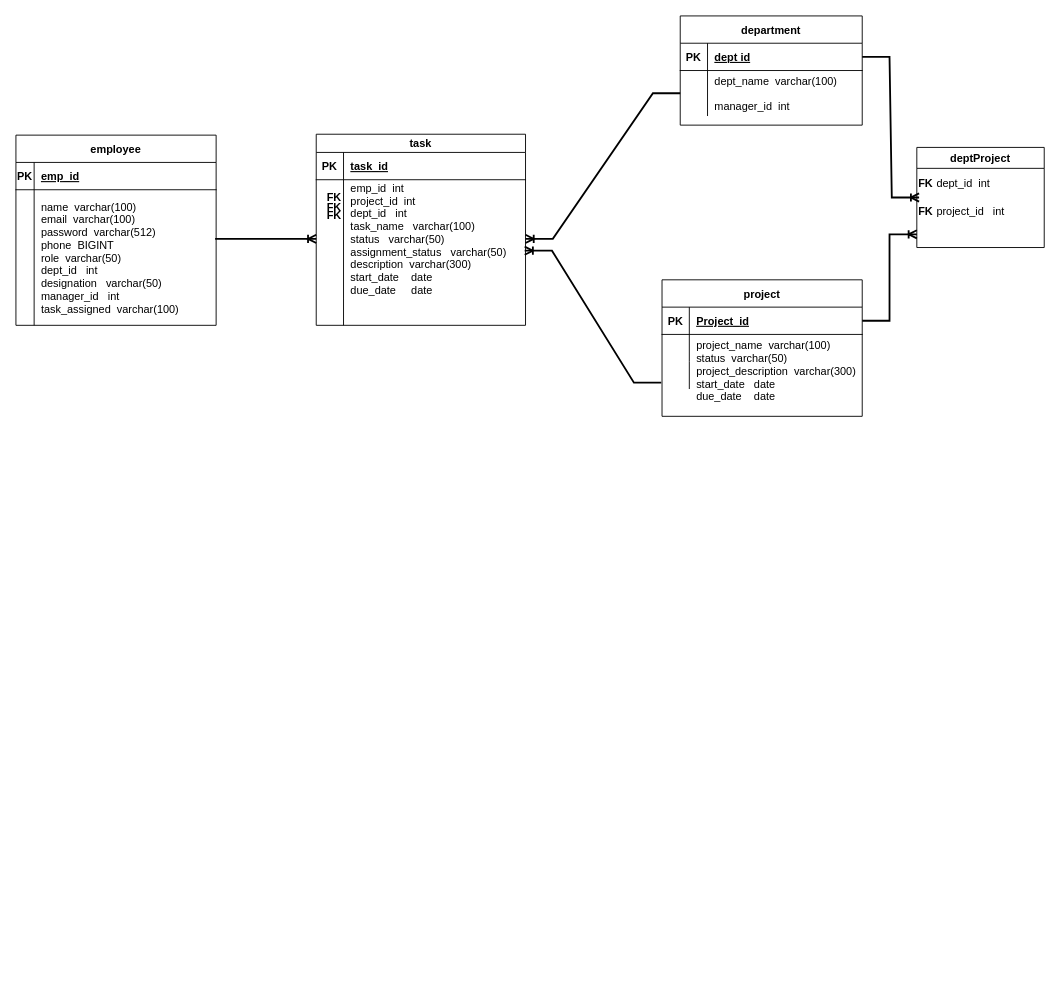
This is page "ER" (3 of 4) of ETMS_complete.drawio from Hks1998/ETMS_Project, a draw.io file, before an edit. Source tidied: cells renumbered, new cells numbered last; positions are measured from the earlier drawing's top-left corner, leaving out a move shared by most shapes. Both pictures are drawn from the tidied source at 91%, with x=0, y=0 at pixel (15, 15).
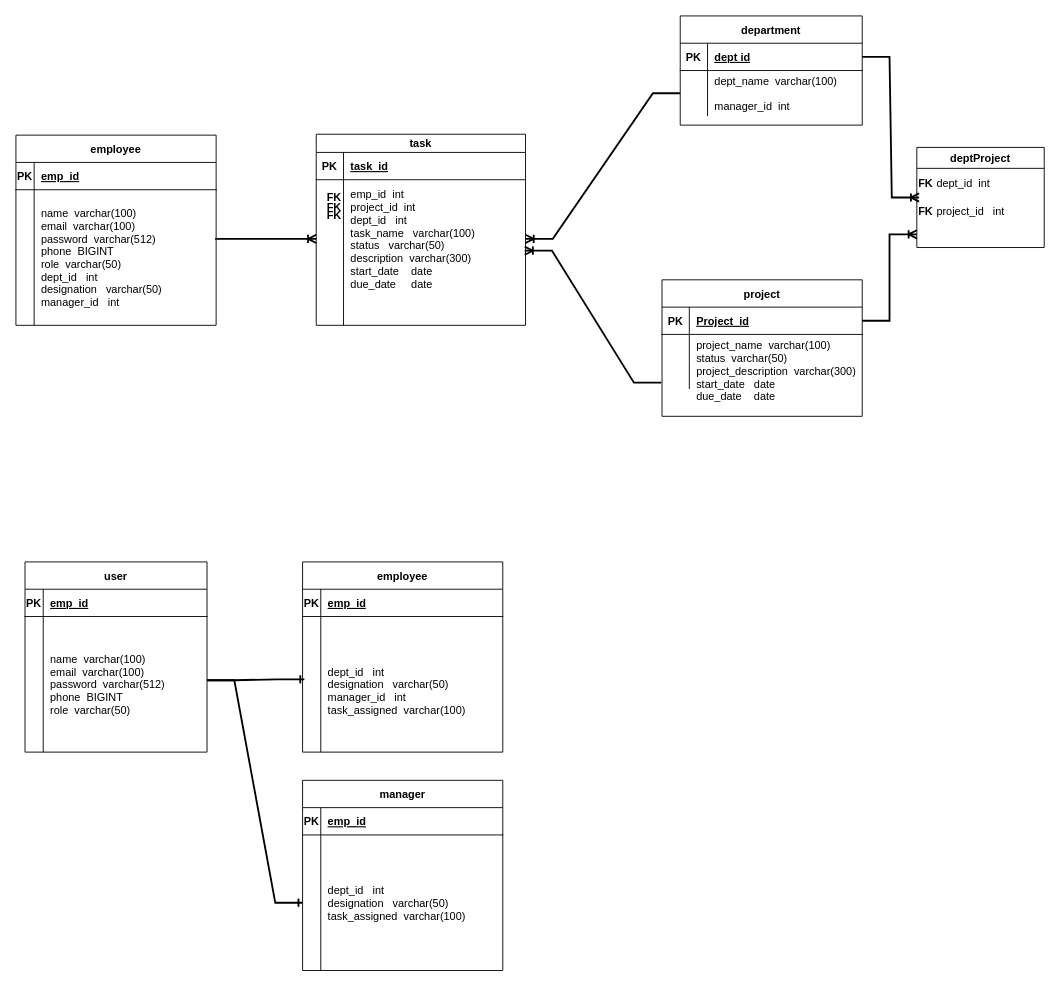
After the change.

The change refers to these unchanged cells:
```xml
<mxCell id="6" style="shape=partialRectangle;fillColor=none;points=[[0,0.5],[1,0.5]];portConstraint=eastwest;top=0;left=0;right=0;bottom=0;" parent="2" vertex="1">
  <mxGeometry y="50" width="230" height="130" as="geometry" />
</mxCell>
<mxCell id="23" style="shape=partialRectangle;fillColor=none;points=[[0,0.5],[1,0.5]];portConstraint=eastwest;top=0;left=0;right=0;bottom=0;" parent="19" vertex="1">
  <mxGeometry y="60" width="220" height="149" as="geometry" />
</mxCell>
```

Diff of the diagram source:
```diff
@@
-    <mxCell id="8" value="emp_id  int&#10;project_id  int&#10;dept_id   int&#10;task_name   varchar(100)&#10;status   varchar(50) &#10;assignment_status   varchar(50) &#10;description  varchar(300) &#10;start_date    date&#10;due_date     date" style="shape=partialRectangle;overflow=hidden;fillColor=none;top=0;left=0;bottom=0;right=0;align=left;spacingLeft=6;" parent="6" vertex="1">
+    <mxCell id="8" value="emp_id  int&#10;project_id  int&#10;dept_id   int&#10;task_name   varchar(100)&#10;status   varchar(50)  &#10;description  varchar(300) &#10;start_date    date&#10;due_date     date" style="shape=partialRectangle;overflow=hidden;fillColor=none;top=0;left=0;bottom=0;right=0;align=left;spacingLeft=6;" parent="6" vertex="1">
       <mxGeometry x="30" width="200" height="130" as="geometry" />
     </mxCell>
@@
-    <mxCell id="25" value="name  varchar(100)    &#10;email  varchar(100) &#10;password  varchar(512) &#10;phone  BIGINT&#10;role  varchar(50) &#10;dept_id   int &#10;designation   varchar(50) &#10;manager_id   int&#10;task_assigned  varchar(100) " style="shape=partialRectangle;overflow=hidden;fillColor=none;top=0;left=0;bottom=0;right=0;align=left;spacingLeft=6;" parent="23" vertex="1">
+    <mxCell id="25" value="name  varchar(100)    &#10;email  varchar(100) &#10;password  varchar(512) &#10;phone  BIGINT&#10;role  varchar(50) &#10;dept_id   int &#10;designation   varchar(50) &#10;manager_id   int " style="shape=partialRectangle;overflow=hidden;fillColor=none;top=0;left=0;bottom=0;right=0;align=left;spacingLeft=6;" parent="23" vertex="1">
       <mxGeometry x="20" width="200" height="149" as="geometry" />
     </mxCell>
@@
+    <mxCell id="50" value="user" style="shape=table;startSize=30;childLayout=tableLayout;rowLines=0;fontStyle=1;align=center;" parent="1" vertex="1">
+      <mxGeometry x="10" y="600" width="200" height="209" as="geometry" />
+    </mxCell>
+    <mxCell id="51" style="shape=partialRectangle;fillColor=none;top=0;left=0;right=0;bottom=1;" parent="50" vertex="1">
+      <mxGeometry y="30" width="200" height="30" as="geometry" />
+    </mxCell>
+    <mxCell id="52" value="PK" style="shape=partialRectangle;overflow=hidden;fillColor=none;top=0;left=0;bottom=0;right=0;fontStyle=1;" parent="51" vertex="1">
+      <mxGeometry width="20" height="30" as="geometry" />
+    </mxCell>
+    <mxCell id="53" value="emp_id" style="shape=partialRectangle;overflow=hidden;fillColor=none;top=0;left=0;bottom=0;right=0;align=left;spacingLeft=6;fontStyle=5;" parent="51" vertex="1">
+      <mxGeometry x="20" width="180" height="30" as="geometry" />
+    </mxCell>
+    <mxCell id="54" style="shape=partialRectangle;fillColor=none;top=0;left=0;right=0;bottom=0;" parent="50" vertex="1">
+      <mxGeometry y="60" width="200" height="149" as="geometry" />
+    </mxCell>
+    <mxCell id="55" style="shape=partialRectangle;overflow=hidden;fillColor=none;top=0;left=0;bottom=0;right=0;" parent="54" vertex="1">
+      <mxGeometry width="20" height="149" as="geometry" />
+    </mxCell>
+    <mxCell id="56" value="name  varchar(100)    &#10;email  varchar(100) &#10;password  varchar(512) &#10;phone  BIGINT&#10;role  varchar(50) " style="shape=partialRectangle;overflow=hidden;fillColor=none;top=0;left=0;bottom=0;right=0;align=left;spacingLeft=6;" parent="54" vertex="1">
+      <mxGeometry x="20" width="180" height="149" as="geometry" />
+    </mxCell>
+    <mxCell id="57" value="employee" style="shape=table;startSize=30;childLayout=tableLayout;rowLines=0;fontStyle=1;align=center;" parent="1" vertex="1">
+      <mxGeometry x="315" y="600" width="220" height="209" as="geometry" />
+    </mxCell>
+    <mxCell id="58" style="shape=partialRectangle;fillColor=none;top=0;left=0;right=0;bottom=1;" parent="57" vertex="1">
+      <mxGeometry y="30" width="220" height="30" as="geometry" />
+    </mxCell>
+    <mxCell id="59" value="PK" style="shape=partialRectangle;overflow=hidden;fillColor=none;top=0;left=0;bottom=0;right=0;fontStyle=1;" parent="58" vertex="1">
+      <mxGeometry width="20" height="30" as="geometry" />
+    </mxCell>
+    <mxCell id="60" value="emp_id" style="shape=partialRectangle;overflow=hidden;fillColor=none;top=0;left=0;bottom=0;right=0;align=left;spacingLeft=6;fontStyle=5;" parent="58" vertex="1">
+      <mxGeometry x="20" width="200" height="30" as="geometry" />
+    </mxCell>
+    <mxCell id="61" style="shape=partialRectangle;fillColor=none;points=[[0,0.5],[1,0.5]];portConstraint=eastwest;top=0;left=0;right=0;bottom=0;" parent="57" vertex="1">
+      <mxGeometry y="60" width="220" height="149" as="geometry" />
+    </mxCell>
+    <mxCell id="62" style="shape=partialRectangle;overflow=hidden;fillColor=none;top=0;left=0;bottom=0;right=0;" parent="61" vertex="1">
+      <mxGeometry width="20" height="149" as="geometry" />
+    </mxCell>
+    <mxCell id="63" value="&#10;dept_id   int &#10;designation   varchar(50) &#10;manager_id   int&#10;task_assigned  varchar(100) " style="shape=partialRectangle;overflow=hidden;fillColor=none;top=0;left=0;bottom=0;right=0;align=left;spacingLeft=6;" parent="61" vertex="1">
+      <mxGeometry x="20" width="200" height="149" as="geometry" />
+    </mxCell>
+    <mxCell id="64" value="manager" style="shape=table;startSize=30;childLayout=tableLayout;rowLines=0;fontStyle=1;align=center;" parent="1" vertex="1">
+      <mxGeometry x="315" y="840" width="220" height="209" as="geometry" />
+    </mxCell>
+    <mxCell id="65" style="shape=partialRectangle;fillColor=none;top=0;left=0;right=0;bottom=1;" parent="64" vertex="1">
+      <mxGeometry y="30" width="220" height="30" as="geometry" />
+    </mxCell>
+    <mxCell id="66" value="PK" style="shape=partialRectangle;overflow=hidden;fillColor=none;top=0;left=0;bottom=0;right=0;fontStyle=1;" parent="65" vertex="1">
+      <mxGeometry width="20" height="30" as="geometry" />
+    </mxCell>
+    <mxCell id="67" value="emp_id" style="shape=partialRectangle;overflow=hidden;fillColor=none;top=0;left=0;bottom=0;right=0;align=left;spacingLeft=6;fontStyle=5;" parent="65" vertex="1">
+      <mxGeometry x="20" width="200" height="30" as="geometry" />
+    </mxCell>
+    <mxCell id="68" style="shape=partialRectangle;fillColor=none;points=[[0,0.5],[1,0.5]];portConstraint=eastwest;top=0;left=0;right=0;bottom=0;" parent="64" vertex="1">
+      <mxGeometry y="60" width="220" height="149" as="geometry" />
+    </mxCell>
+    <mxCell id="69" style="shape=partialRectangle;overflow=hidden;fillColor=none;top=0;left=0;bottom=0;right=0;" parent="68" vertex="1">
+      <mxGeometry width="20" height="149" as="geometry" />
+    </mxCell>
+    <mxCell id="70" value="dept_id   int &#10;designation   varchar(50) &#10;task_assigned  varchar(100)" style="shape=partialRectangle;overflow=hidden;fillColor=none;top=0;left=0;bottom=0;right=0;align=left;spacingLeft=6;" parent="68" vertex="1">
+      <mxGeometry x="20" width="200" height="149" as="geometry" />
+    </mxCell>
+    <mxCell id="71" style="edgeStyle=entityRelationEdgeStyle;fontSize=12;html=1;endArrow=ERone;endFill=1;rounded=0;strokeWidth=2;entryX=0.009;entryY=0.463;entryDx=0;entryDy=0;entryPerimeter=0;" parent="1" edge="1" target="61">
+      <mxGeometry relative="1" as="geometry">
+        <mxPoint x="210" y="730" as="sourcePoint" />
+      </mxGeometry>
+    </mxCell>
+    <mxCell id="72" style="edgeStyle=entityRelationEdgeStyle;fontSize=12;html=1;endArrow=ERone;endFill=1;rounded=0;strokeWidth=2;entryX=0;entryY=0.5;entryDx=0;entryDy=0;" parent="1" edge="1" target="68">
+      <mxGeometry relative="1" as="geometry">
+        <mxPoint x="210" y="730" as="sourcePoint" />
+      </mxGeometry>
+    </mxCell>
```
